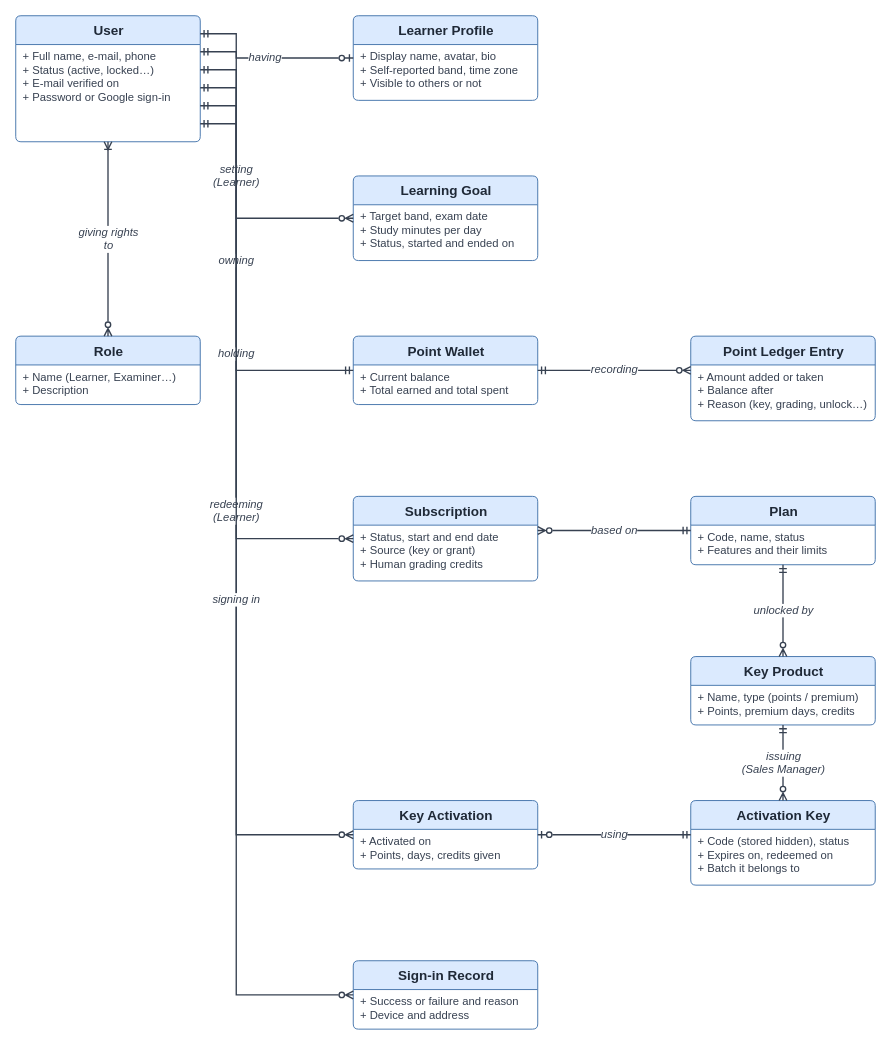
The draw.io diagram report-3-software-requirement-specification/diagrams/erd/erd-02-accounts-and-access.drawio in IeltsPath-Platform/report, before the edit. Source tidied: cells renumbered, new cells numbered last; positions are measured from the earlier drawing's top-left corner, leaving out a move shared by most shapes. Both pictures are drawn from the tidied source at 90%, with x=0, y=0 at pixel (15, 15).
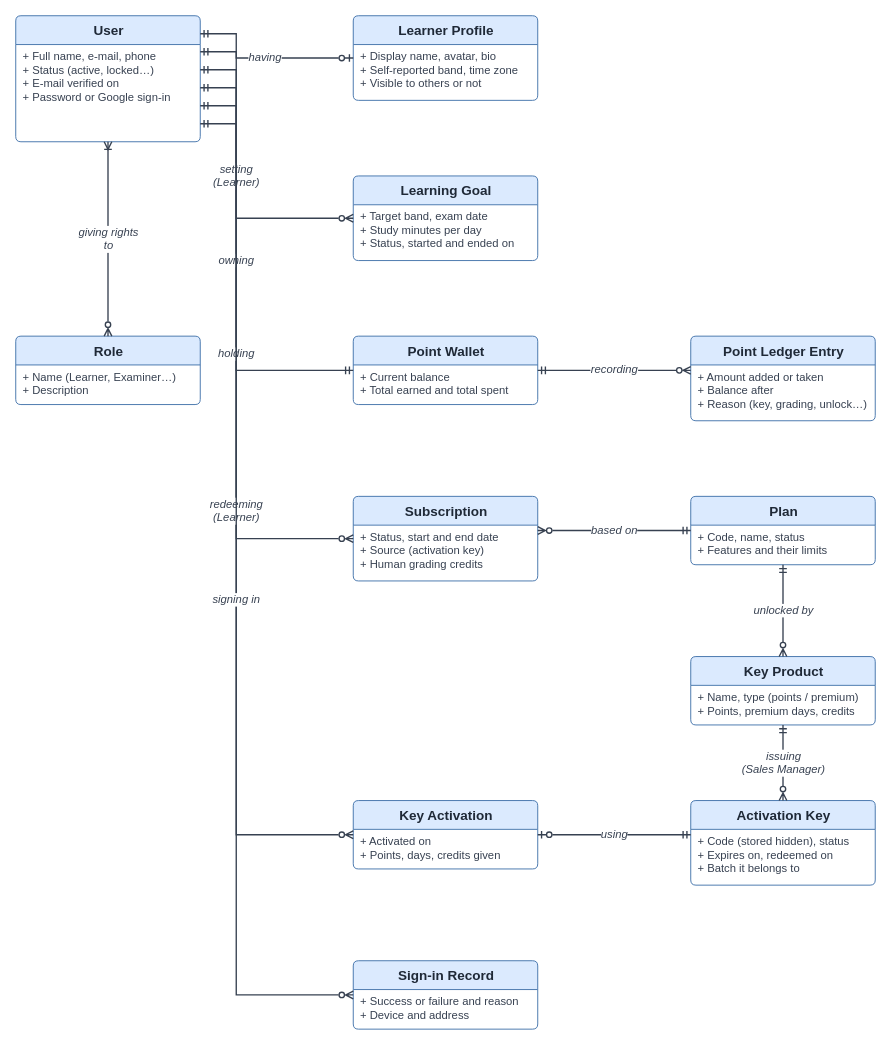
The same diagram, later.

The change refers to these unchanged cells:
```xml
<mxCell id="12" value="Subscription" style="swimlane;html=1;startSize=32;fillColor=#dbeafe;strokeColor=#3b6ea8;fontColor=#1f2937;fontStyle=1;fontSize=15;rounded=1;arcSize=6;swimlaneFillColor=#ffffff;" parent="1" vertex="1">
  <mxGeometry x="375" y="534" width="205" height="94" as="geometry" />
</mxCell>
```

The edit, as a diff of the source:
```diff
@@
-    <mxCell id="13" value="+ Status, start and end date&lt;br&gt;+ Source (key or grant)&lt;br&gt;+ Human grading credits" style="text;html=1;align=left;verticalAlign=top;whiteSpace=wrap;fontSize=12.5;fontColor=#374151;spacingLeft=6;" parent="12" vertex="1">
+    <mxCell id="13" value="+ Status, start and end date&lt;br&gt;+ Source (activation key)&lt;br&gt;+ Human grading credits" style="text;html=1;align=left;verticalAlign=top;whiteSpace=wrap;fontSize=12.5;fontColor=#374151;spacingLeft=6;" parent="12" vertex="1">
       <mxGeometry y="32" width="205" height="62" as="geometry" />
     </mxCell>
```
